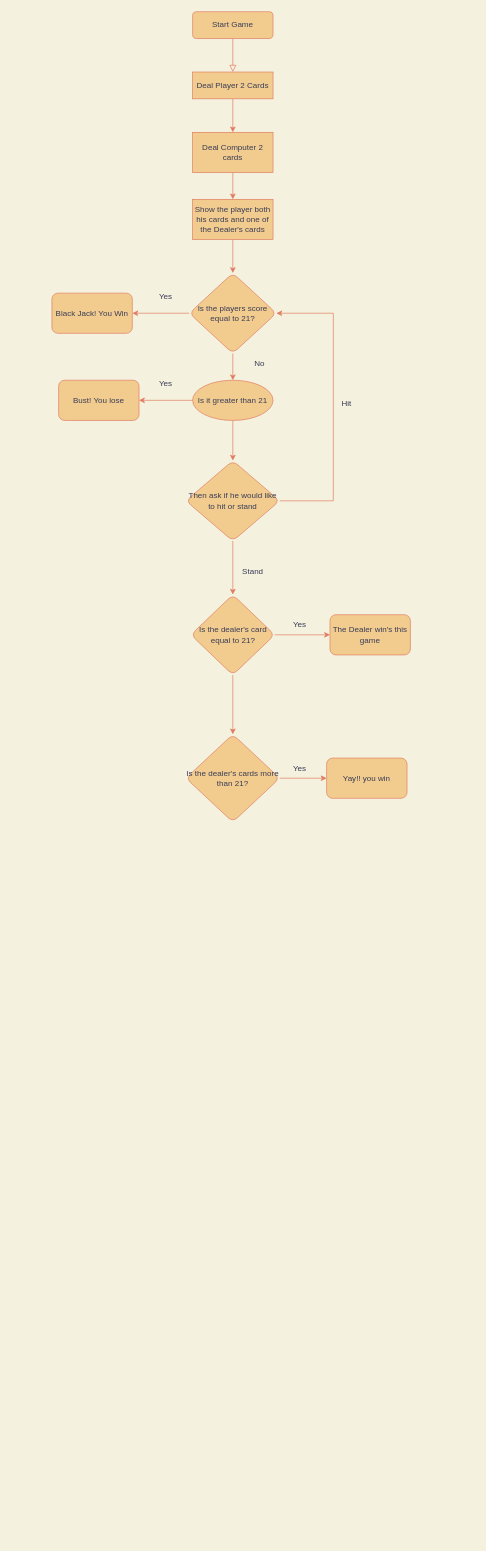
Above: Black Jack.drawio in pjmawuli/-100-days-of-code- (draw.io), before the change. Source tidied: cells renumbered, new cells numbered last; positions are measured from the earlier drawing's top-left corner, leaving out a move shared by most shapes. Both pictures are drawn from the tidied source at 67%, with x=0, y=0 at pixel (52, 11).
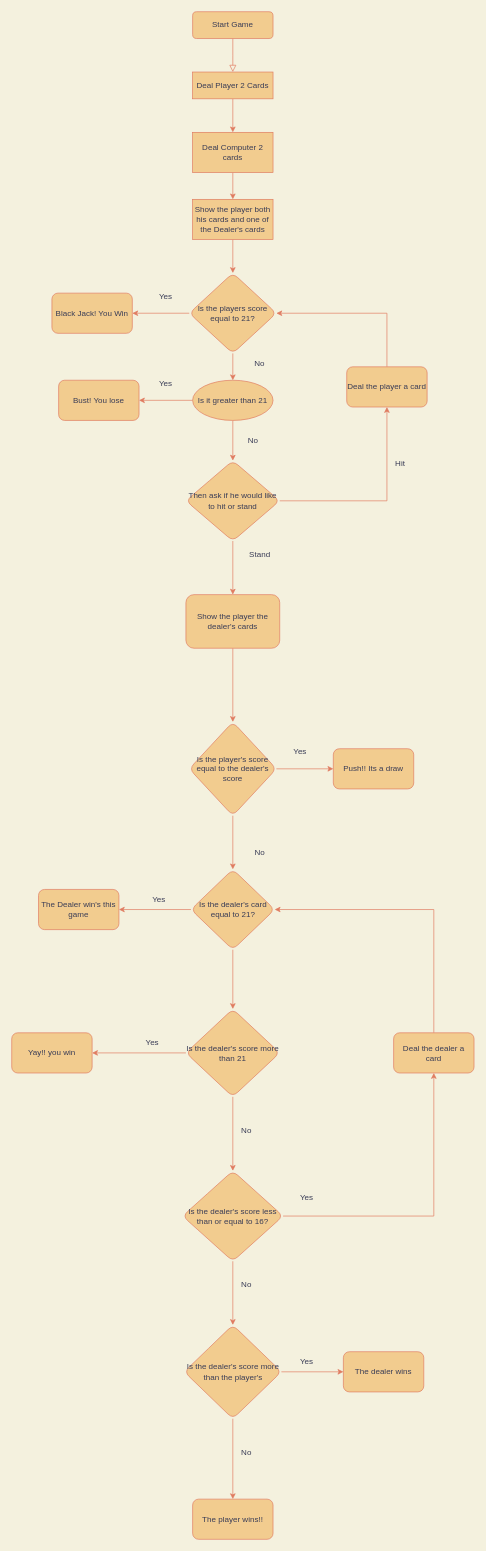
After the change.

The change refers to these unchanged cells:
```xml
<mxCell id="12" value="Is the players score equal to 21?" style="rhombus;whiteSpace=wrap;html=1;rounded=1;fillColor=#F2CC8F;strokeColor=#E07A5F;fontColor=#393C56;" parent="1" vertex="1">
  <mxGeometry x="205" y="390" width="130" height="120" as="geometry" />
</mxCell>
<mxCell id="18" value="Then ask if he would like to hit or stand" style="rhombus;whiteSpace=wrap;html=1;fillColor=#F2CC8F;strokeColor=#E07A5F;fontColor=#393C56;rounded=1;" parent="1" vertex="1">
  <mxGeometry x="200" y="670" width="140" height="120" as="geometry" />
</mxCell>
<mxCell id="21" value="Is it greater than 21" style="ellipse;whiteSpace=wrap;html=1;fillColor=#F2CC8F;strokeColor=#E07A5F;fontColor=#393C56;rounded=1;" parent="1" vertex="1">
  <mxGeometry x="210" y="550" width="120" height="60" as="geometry" />
</mxCell>
<mxCell id="22" value="Bust! You lose" style="whiteSpace=wrap;html=1;fillColor=#F2CC8F;strokeColor=#E07A5F;fontColor=#393C56;rounded=1;" parent="1" vertex="1">
  <mxGeometry x="10" y="550" width="120" height="60" as="geometry" />
</mxCell>
```

What changed in the source:
```diff
@@
-    <mxCell id="11" style="edgeStyle=orthogonalEdgeStyle;rounded=0;jettySize=auto;html=1;strokeColor=#E07A5F;fontColor=#393C56;fillColor=#F2CC8F;" parent="1" edge="1" source="12" target="21">
+    <mxCell id="11" style="edgeStyle=orthogonalEdgeStyle;rounded=0;jettySize=auto;html=1;strokeColor=#E07A5F;fontColor=#393C56;fillColor=#F2CC8F;labelBackgroundColor=#F4F1DE;" parent="1" edge="1" source="12" target="21">
       <mxGeometry relative="1" as="geometry" />
     </mxCell>
@@
-    <mxCell id="16" style="edgeStyle=orthogonalEdgeStyle;rounded=0;jettySize=auto;html=1;exitX=1;exitY=0.5;exitDx=0;exitDy=0;entryX=1;entryY=0.5;entryDx=0;entryDy=0;strokeColor=#E07A5F;fontColor=#393C56;fillColor=#F2CC8F;" parent="1" edge="1" source="18" target="12">
-      <mxGeometry relative="1" as="geometry">
-        <Array as="points">
-          <mxPoint x="420" y="730" />
-          <mxPoint x="420" y="450" />
-        </Array>
-      </mxGeometry>
-    </mxCell>
-    <mxCell id="17" style="edgeStyle=orthogonalEdgeStyle;rounded=0;jettySize=auto;html=1;strokeColor=#E07A5F;fontColor=#393C56;fillColor=#F2CC8F;" parent="1" edge="1" source="18" target="27">
-      <mxGeometry relative="1" as="geometry" />
-    </mxCell>
+    <mxCell id="35" style="edgeStyle=orthogonalEdgeStyle;rounded=0;jettySize=auto;html=1;labelBackgroundColor=#F4F1DE;strokeColor=#E07A5F;fontColor=#393C56;" parent="1" edge="1" source="18" target="39">
+      <mxGeometry relative="1" as="geometry" />
+    </mxCell>
+    <mxCell id="36" style="edgeStyle=orthogonalEdgeStyle;rounded=0;jettySize=auto;html=1;strokeColor=#E07A5F;fontColor=#393C56;fillColor=#F2CC8F;" parent="1" edge="1" source="18" target="63">
+      <mxGeometry relative="1" as="geometry" />
+    </mxCell>
@@
-    <mxCell id="19" style="edgeStyle=orthogonalEdgeStyle;rounded=0;jettySize=auto;html=1;exitX=0.5;exitY=1;exitDx=0;exitDy=0;entryX=0.5;entryY=0;entryDx=0;entryDy=0;strokeColor=#E07A5F;fontColor=#393C56;fillColor=#F2CC8F;" parent="1" edge="1" source="21" target="18">
+    <mxCell id="19" style="edgeStyle=orthogonalEdgeStyle;rounded=0;jettySize=auto;html=1;exitX=0.5;exitY=1;exitDx=0;exitDy=0;entryX=0.5;entryY=0;entryDx=0;entryDy=0;strokeColor=#E07A5F;fontColor=#393C56;fillColor=#F2CC8F;labelBackgroundColor=#F4F1DE;" parent="1" edge="1" source="21" target="18">
       <mxGeometry relative="1" as="geometry" />
     </mxCell>
-    <mxCell id="20" style="edgeStyle=orthogonalEdgeStyle;rounded=0;jettySize=auto;html=1;strokeColor=#E07A5F;fontColor=#393C56;fillColor=#F2CC8F;" parent="1" edge="1" source="21" target="22">
+    <mxCell id="20" style="edgeStyle=orthogonalEdgeStyle;rounded=0;jettySize=auto;html=1;strokeColor=#E07A5F;fontColor=#393C56;fillColor=#F2CC8F;labelBackgroundColor=#F4F1DE;" parent="1" edge="1" source="21" target="22">
       <mxGeometry relative="1" as="geometry" />
     </mxCell>
@@
     <mxCell id="24" value="Hit" style="text;html=1;strokeColor=none;fillColor=none;align=center;verticalAlign=middle;whiteSpace=wrap;rounded=0;fontColor=#393C56;" parent="1" vertex="1">
-      <mxGeometry x="410" y="570" width="60" height="30" as="geometry" />
+      <mxGeometry x="490" y="660" width="60" height="30" as="geometry" />
     </mxCell>
-    <mxCell id="25" style="edgeStyle=orthogonalEdgeStyle;rounded=0;jettySize=auto;html=1;strokeColor=#E07A5F;fontColor=#393C56;fillColor=#F2CC8F;" parent="1" edge="1" source="27" target="29">
+    <mxCell id="25" style="edgeStyle=orthogonalEdgeStyle;rounded=0;jettySize=auto;html=1;strokeColor=#E07A5F;fontColor=#393C56;fillColor=#F2CC8F;labelBackgroundColor=#F4F1DE;" parent="1" edge="1" source="27" target="29">
       <mxGeometry relative="1" as="geometry" />
     </mxCell>
-    <mxCell id="26" style="edgeStyle=orthogonalEdgeStyle;rounded=0;jettySize=auto;html=1;strokeColor=#E07A5F;fontColor=#393C56;fillColor=#F2CC8F;" parent="1" edge="1" source="27" target="32">
+    <mxCell id="26" style="edgeStyle=orthogonalEdgeStyle;rounded=0;jettySize=auto;html=1;strokeColor=#E07A5F;fontColor=#393C56;fillColor=#F2CC8F;labelBackgroundColor=#F4F1DE;" parent="1" edge="1" source="27" target="32">
       <mxGeometry relative="1" as="geometry" />
     </mxCell>
     <mxCell id="27" value="Is the dealer's card equal to 21?" style="rhombus;whiteSpace=wrap;html=1;fillColor=#F2CC8F;strokeColor=#E07A5F;fontColor=#393C56;rounded=1;" parent="1" vertex="1">
-      <mxGeometry x="207.5" y="870" width="125" height="120" as="geometry" />
+      <mxGeometry x="207.5" y="1280" width="125" height="120" as="geometry" />
     </mxCell>
-    <mxCell id="28" value="Stand" style="text;html=1;strokeColor=none;fillColor=none;align=center;verticalAlign=middle;whiteSpace=wrap;rounded=0;fontColor=#393C56;" parent="1" vertex="1">
-      <mxGeometry x="270" y="820" width="60" height="30" as="geometry" />
-    </mxCell>
     <mxCell id="29" value="The Dealer win's this game" style="whiteSpace=wrap;html=1;fillColor=#F2CC8F;strokeColor=#E07A5F;fontColor=#393C56;rounded=1;" parent="1" vertex="1">
-      <mxGeometry x="415" y="900" width="120" height="60" as="geometry" />
+      <mxGeometry x="-20" y="1310" width="120" height="60" as="geometry" />
     </mxCell>
     <mxCell id="30" value="Yes" style="text;html=1;strokeColor=none;fillColor=none;align=center;verticalAlign=middle;whiteSpace=wrap;rounded=0;fontColor=#393C56;" parent="1" vertex="1">
-      <mxGeometry x="340" y="900" width="60" height="30" as="geometry" />
+      <mxGeometry x="130" y="1310" width="60" height="30" as="geometry" />
     </mxCell>
-    <mxCell id="31" style="edgeStyle=orthogonalEdgeStyle;rounded=0;jettySize=auto;html=1;strokeColor=#E07A5F;fontColor=#393C56;fillColor=#F2CC8F;" parent="1" edge="1" source="32" target="33">
+    <mxCell id="31" style="edgeStyle=orthogonalEdgeStyle;rounded=0;jettySize=auto;html=1;strokeColor=#E07A5F;fontColor=#393C56;fillColor=#F2CC8F;labelBackgroundColor=#F4F1DE;" parent="1" edge="1" source="32" target="33">
       <mxGeometry relative="1" as="geometry" />
     </mxCell>
+    <mxCell id="37" style="edgeStyle=orthogonalEdgeStyle;rounded=0;jettySize=auto;html=1;strokeColor=#E07A5F;fontColor=#393C56;fillColor=#F2CC8F;labelBackgroundColor=#F4F1DE;" parent="1" edge="1" source="32" target="42">
+      <mxGeometry relative="1" as="geometry" />
+    </mxCell>
-    <mxCell id="32" value="Is the dealer's cards more than 21?" style="rhombus;whiteSpace=wrap;html=1;fillColor=#F2CC8F;strokeColor=#E07A5F;fontColor=#393C56;rounded=1;" parent="1" vertex="1">
-      <mxGeometry x="200" y="1078.5" width="140" height="131" as="geometry" />
+    <mxCell id="32" value="Is the dealer's score more than 21" style="rhombus;whiteSpace=wrap;html=1;fillColor=#F2CC8F;strokeColor=#E07A5F;fontColor=#393C56;rounded=1;" parent="1" vertex="1">
+      <mxGeometry x="200" y="1488.5" width="140" height="131" as="geometry" />
     </mxCell>
     <mxCell id="33" value="Yay!! you win" style="whiteSpace=wrap;html=1;fillColor=#F2CC8F;strokeColor=#E07A5F;fontColor=#393C56;rounded=1;" parent="1" vertex="1">
-      <mxGeometry x="410" y="1114" width="120" height="60" as="geometry" />
+      <mxGeometry x="-60" y="1524" width="120" height="60" as="geometry" />
     </mxCell>
     <mxCell id="34" value="Yes" style="text;html=1;strokeColor=none;fillColor=none;align=center;verticalAlign=middle;whiteSpace=wrap;rounded=0;fontColor=#393C56;" parent="1" vertex="1">
-      <mxGeometry x="340" y="1114" width="60" height="30" as="geometry" />
+      <mxGeometry x="120" y="1524" width="60" height="30" as="geometry" />
     </mxCell>
+    <mxCell id="38" style="edgeStyle=orthogonalEdgeStyle;rounded=0;jettySize=auto;html=1;exitX=0.5;exitY=0;exitDx=0;exitDy=0;entryX=1;entryY=0.5;entryDx=0;entryDy=0;labelBackgroundColor=#F4F1DE;strokeColor=#E07A5F;fontColor=#393C56;" parent="1" edge="1" source="39" target="12">
+      <mxGeometry relative="1" as="geometry" />
+    </mxCell>
+    <mxCell id="39" value="Deal the player a card" style="whiteSpace=wrap;html=1;fillColor=#F2CC8F;strokeColor=#E07A5F;fontColor=#393C56;rounded=1;" parent="1" vertex="1">
+      <mxGeometry x="440" y="530" width="120" height="60" as="geometry" />
+    </mxCell>
+    <mxCell id="40" style="edgeStyle=orthogonalEdgeStyle;rounded=0;jettySize=auto;html=1;strokeColor=#E07A5F;fontColor=#393C56;fillColor=#F2CC8F;labelBackgroundColor=#F4F1DE;" parent="1" edge="1" source="42" target="45">
+      <mxGeometry relative="1" as="geometry" />
+    </mxCell>
+    <mxCell id="41" style="edgeStyle=orthogonalEdgeStyle;rounded=0;jettySize=auto;html=1;strokeColor=#E07A5F;fontColor=#393C56;fillColor=#F2CC8F;labelBackgroundColor=#F4F1DE;" parent="1" edge="1" source="42" target="49">
+      <mxGeometry relative="1" as="geometry" />
+    </mxCell>
+    <mxCell id="42" value="Is the dealer's score less than or equal to 16?" style="rhombus;whiteSpace=wrap;html=1;fillColor=#F2CC8F;strokeColor=#E07A5F;fontColor=#393C56;rounded=1;" parent="1" vertex="1">
+      <mxGeometry x="195" y="1730" width="150" height="135" as="geometry" />
+    </mxCell>
+    <mxCell id="43" value="No" style="text;html=1;align=center;verticalAlign=middle;strokeColor=none;fillColor=none;fontColor=#393C56;" parent="1" vertex="1">
+      <mxGeometry x="270" y="1655" width="40" height="30" as="geometry" />
+    </mxCell>
+    <mxCell id="44" style="edgeStyle=orthogonalEdgeStyle;rounded=0;jettySize=auto;html=1;exitX=0.5;exitY=0;exitDx=0;exitDy=0;entryX=1;entryY=0.5;entryDx=0;entryDy=0;strokeColor=#E07A5F;fontColor=#393C56;fillColor=#F2CC8F;labelBackgroundColor=#F4F1DE;" parent="1" edge="1" source="45" target="27">
+      <mxGeometry relative="1" as="geometry" />
+    </mxCell>
+    <mxCell id="45" value="Deal the dealer a card" style="whiteSpace=wrap;html=1;fillColor=#F2CC8F;strokeColor=#E07A5F;fontColor=#393C56;rounded=1;" parent="1" vertex="1">
+      <mxGeometry x="510" y="1524" width="120" height="60" as="geometry" />
+    </mxCell>
+    <mxCell id="46" value="Yes" style="text;html=1;align=center;verticalAlign=middle;strokeColor=none;fillColor=none;fontColor=#393C56;" parent="1" vertex="1">
+      <mxGeometry x="360" y="1755" width="40" height="30" as="geometry" />
+    </mxCell>
+    <mxCell id="47" style="edgeStyle=orthogonalEdgeStyle;rounded=0;jettySize=auto;html=1;strokeColor=#E07A5F;fontColor=#393C56;fillColor=#F2CC8F;" parent="1" edge="1" source="49" target="57">
+      <mxGeometry relative="1" as="geometry" />
+    </mxCell>
+    <mxCell id="48" style="edgeStyle=orthogonalEdgeStyle;rounded=0;jettySize=auto;html=1;strokeColor=#E07A5F;fontColor=#393C56;fillColor=#F2CC8F;" parent="1" edge="1" source="49" target="59">
+      <mxGeometry relative="1" as="geometry" />
+    </mxCell>
+    <mxCell id="49" value="Is the dealer's score more than the player's" style="rhombus;whiteSpace=wrap;html=1;fillColor=#F2CC8F;strokeColor=#E07A5F;fontColor=#393C56;rounded=1;" parent="1" vertex="1">
+      <mxGeometry x="197.5" y="1960" width="145" height="140" as="geometry" />
+    </mxCell>
+    <mxCell id="50" value="No" style="text;html=1;align=center;verticalAlign=middle;strokeColor=none;fillColor=none;fontColor=#393C56;" parent="1" vertex="1">
+      <mxGeometry x="270" y="1885" width="40" height="30" as="geometry" />
+    </mxCell>
+    <mxCell id="51" style="edgeStyle=orthogonalEdgeStyle;rounded=0;jettySize=auto;html=1;strokeColor=#E07A5F;fontColor=#393C56;fillColor=#F2CC8F;" parent="1" edge="1" source="53" target="54">
+      <mxGeometry relative="1" as="geometry" />
+    </mxCell>
+    <mxCell id="52" style="edgeStyle=orthogonalEdgeStyle;rounded=0;jettySize=auto;html=1;exitX=0.5;exitY=1;exitDx=0;exitDy=0;entryX=0.5;entryY=0;entryDx=0;entryDy=0;strokeColor=#E07A5F;fontColor=#393C56;fillColor=#F2CC8F;" parent="1" edge="1" source="53" target="27">
+      <mxGeometry relative="1" as="geometry" />
+    </mxCell>
+    <mxCell id="53" value="Is the player's score equal to the dealer's score" style="rhombus;whiteSpace=wrap;html=1;fillColor=#F2CC8F;strokeColor=#E07A5F;fontColor=#393C56;rounded=1;" parent="1" vertex="1">
+      <mxGeometry x="205" y="1060" width="130" height="140" as="geometry" />
+    </mxCell>
+    <mxCell id="54" value="Push!! Its a draw" style="whiteSpace=wrap;html=1;fillColor=#F2CC8F;strokeColor=#E07A5F;fontColor=#393C56;rounded=1;" parent="1" vertex="1">
+      <mxGeometry x="420" y="1100" width="120" height="60" as="geometry" />
+    </mxCell>
+    <mxCell id="55" value="Yes" style="text;html=1;align=center;verticalAlign=middle;strokeColor=none;fillColor=none;fontColor=#393C56;" parent="1" vertex="1">
+      <mxGeometry x="350" y="1089" width="40" height="30" as="geometry" />
+    </mxCell>
+    <mxCell id="56" value="No" style="text;html=1;align=center;verticalAlign=middle;strokeColor=none;fillColor=none;fontColor=#393C56;" parent="1" vertex="1">
+      <mxGeometry x="290" y="1240" width="40" height="30" as="geometry" />
+    </mxCell>
+    <mxCell id="57" value="The dealer wins" style="whiteSpace=wrap;html=1;fillColor=#F2CC8F;strokeColor=#E07A5F;fontColor=#393C56;rounded=1;" parent="1" vertex="1">
+      <mxGeometry x="435" y="2000" width="120" height="60" as="geometry" />
+    </mxCell>
+    <mxCell id="58" value="Yes" style="text;html=1;align=center;verticalAlign=middle;strokeColor=none;fillColor=none;fontColor=#393C56;" parent="1" vertex="1">
+      <mxGeometry x="360" y="2000" width="40" height="30" as="geometry" />
+    </mxCell>
+    <mxCell id="59" value="The player wins!!" style="whiteSpace=wrap;html=1;fillColor=#F2CC8F;strokeColor=#E07A5F;fontColor=#393C56;rounded=1;" parent="1" vertex="1">
+      <mxGeometry x="210" y="2220" width="120" height="60" as="geometry" />
+    </mxCell>
+    <mxCell id="60" value="No" style="text;html=1;align=center;verticalAlign=middle;strokeColor=none;fillColor=none;fontColor=#393C56;" parent="1" vertex="1">
+      <mxGeometry x="270" y="2135" width="40" height="30" as="geometry" />
+    </mxCell>
+    <mxCell id="61" value="No" style="text;html=1;align=center;verticalAlign=middle;strokeColor=none;fillColor=none;fontColor=#393C56;" parent="1" vertex="1">
+      <mxGeometry x="280" y="625" width="40" height="30" as="geometry" />
+    </mxCell>
+    <mxCell id="62" style="edgeStyle=orthogonalEdgeStyle;rounded=0;jettySize=auto;html=1;exitX=0.5;exitY=1;exitDx=0;exitDy=0;entryX=0.5;entryY=0;entryDx=0;entryDy=0;strokeColor=#E07A5F;fontColor=#393C56;fillColor=#F2CC8F;" parent="1" edge="1" source="63" target="53">
+      <mxGeometry relative="1" as="geometry" />
+    </mxCell>
+    <mxCell id="63" value="Show the player the dealer's cards" style="whiteSpace=wrap;html=1;fillColor=#F2CC8F;strokeColor=#E07A5F;fontColor=#393C56;rounded=1;" parent="1" vertex="1">
+      <mxGeometry x="200" y="870" width="140" height="80" as="geometry" />
+    </mxCell>
+    <mxCell id="28" value="Stand" style="text;html=1;align=center;verticalAlign=middle;strokeColor=none;fillColor=none;fontColor=#393C56;" parent="1" vertex="1">
+      <mxGeometry x="285" y="795" width="50" height="30" as="geometry" />
+    </mxCell>
```
